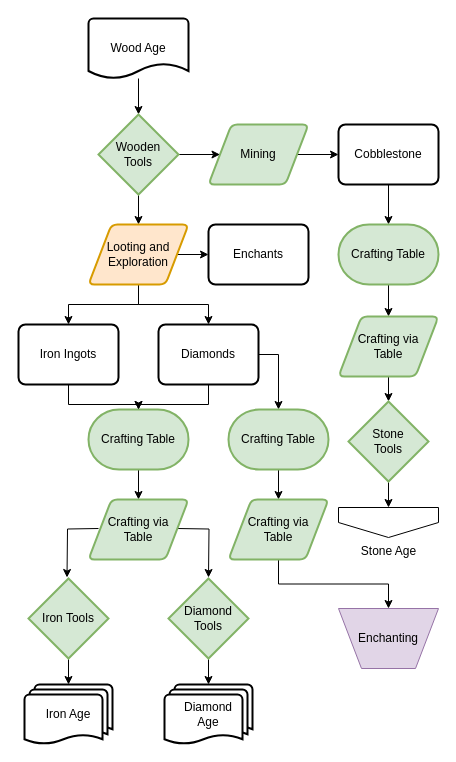
Above: page "Wood Age" (4 of 8) of flowcharts/progression.drawio in MeepishRealms/Cog (draw.io), before the change. Source tidied: cells renumbered, new cells numbered last; positions are measured from the earlier drawing's top-left corner, leaving out a move shared by most shapes. Both pictures are drawn from the tidied source at 100%, with x=0, y=0 at pixel (18, 18).
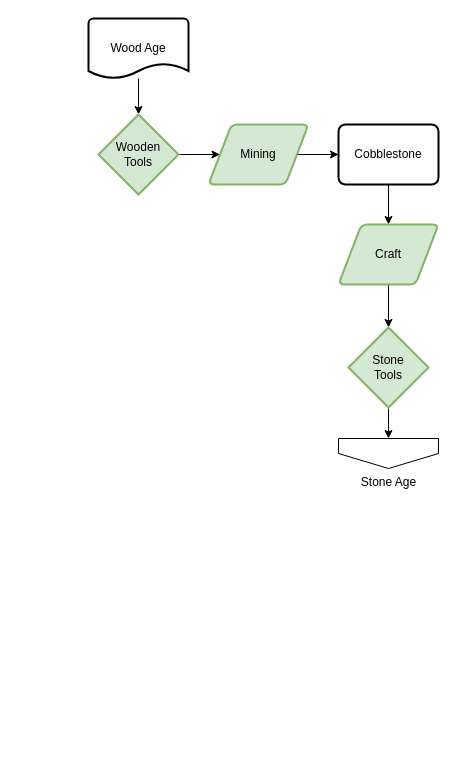
Above is the later version.

Unchanged cells that the change refers to:
```xml
<mxCell id="7" value="Cobblestone" style="rounded=1;whiteSpace=wrap;html=1;absoluteArcSize=1;arcSize=14;strokeWidth=2;" parent="1" vertex="1">
  <mxGeometry x="320" y="106" width="100" height="60" as="geometry" />
</mxCell>
<mxCell id="10" value="Wooden&lt;br&gt;Tools" style="strokeWidth=2;html=1;shape=mxgraph.flowchart.decision;whiteSpace=wrap;fillColor=#d5e8d4;strokeColor=#82b366;" parent="1" vertex="1">
  <mxGeometry x="80" y="96" width="80" height="80" as="geometry" />
</mxCell>
```

The edit, as a diff of the source:
```diff
@@
-    <mxCell id="6" style="edgeStyle=orthogonalEdgeStyle;rounded=0;jettySize=auto;html=1;" parent="1" edge="1" source="7" target="12">
-      <mxGeometry relative="1" as="geometry" />
-    </mxCell>
+    <mxCell id="44" style="edgeStyle=orthogonalEdgeStyle;rounded=0;jettySize=auto;html=1;exitX=0.5;exitY=1;exitDx=0;exitDy=0;" parent="1" edge="1" source="7" target="14">
+      <mxGeometry relative="1" as="geometry" />
+    </mxCell>
@@
-    <mxCell id="9" style="edgeStyle=orthogonalEdgeStyle;rounded=0;jettySize=auto;html=1;exitX=0.5;exitY=1;exitDx=0;exitDy=0;exitPerimeter=0;" parent="1" edge="1" source="10">
-      <mxGeometry relative="1" as="geometry">
-        <mxPoint x="120" y="206" as="targetPoint" />
-      </mxGeometry>
-    </mxCell>
@@
-    <mxCell id="11" style="edgeStyle=orthogonalEdgeStyle;rounded=0;jettySize=auto;html=1;" parent="1" edge="1" source="12" target="14">
-      <mxGeometry relative="1" as="geometry" />
-    </mxCell>
-    <mxCell id="12" value="Crafting Table" style="strokeWidth=2;html=1;shape=mxgraph.flowchart.terminator;whiteSpace=wrap;fillColor=#d5e8d4;strokeColor=#82b366;" parent="1" vertex="1">
-      <mxGeometry x="320" y="206" width="100" height="60" as="geometry" />
-    </mxCell>
@@
-    <mxCell id="14" value="Crafting via&lt;br&gt;Table" style="shape=parallelogram;html=1;strokeWidth=2;perimeter=parallelogramPerimeter;whiteSpace=wrap;rounded=1;arcSize=12;size=0.23;fillColor=#d5e8d4;strokeColor=#82b366;" parent="1" vertex="1">
-      <mxGeometry x="320" y="298" width="100" height="60" as="geometry" />
+    <mxCell id="14" value="Craft" style="shape=parallelogram;html=1;strokeWidth=2;perimeter=parallelogramPerimeter;whiteSpace=wrap;rounded=1;arcSize=12;size=0.23;fillColor=#d5e8d4;strokeColor=#82b366;" parent="1" vertex="1">
+      <mxGeometry x="320" y="206" width="100" height="60" as="geometry" />
     </mxCell>
@@
     <mxCell id="16" value="Stone&lt;br&gt;Tools" style="strokeWidth=2;html=1;shape=mxgraph.flowchart.decision;whiteSpace=wrap;fillColor=#d5e8d4;strokeColor=#82b366;" parent="1" vertex="1">
-      <mxGeometry x="330" y="383" width="80" height="80" as="geometry" />
+      <mxGeometry x="330" y="309" width="80" height="80" as="geometry" />
     </mxCell>
     <mxCell id="17" value="Stone Age" style="verticalLabelPosition=bottom;verticalAlign=top;html=1;shape=offPageConnector;rounded=0;size=0.5;" parent="1" vertex="1">
-      <mxGeometry x="320" y="489" width="100" height="30" as="geometry" />
+      <mxGeometry x="320" y="420" width="100" height="30" as="geometry" />
     </mxCell>
-    <mxCell id="18" style="edgeStyle=orthogonalEdgeStyle;rounded=0;jettySize=auto;html=1;exitX=0.5;exitY=1;exitDx=0;exitDy=0;entryX=0.5;entryY=0;entryDx=0;entryDy=0;" parent="1" edge="1" source="21" target="23">
-      <mxGeometry relative="1" as="geometry" />
-    </mxCell>
-    <mxCell id="19" style="edgeStyle=orthogonalEdgeStyle;rounded=0;jettySize=auto;html=1;exitX=0.5;exitY=1;exitDx=0;exitDy=0;entryX=0.5;entryY=0;entryDx=0;entryDy=0;" parent="1" edge="1" source="21" target="32">
-      <mxGeometry relative="1" as="geometry" />
-    </mxCell>
-    <mxCell id="20" style="edgeStyle=orthogonalEdgeStyle;rounded=0;jettySize=auto;html=1;exitX=1;exitY=0.5;exitDx=0;exitDy=0;entryX=0;entryY=0.5;entryDx=0;entryDy=0;" parent="1" edge="1" source="21" target="38">
-      <mxGeometry relative="1" as="geometry" />
-    </mxCell>
-    <mxCell id="21" value="Looting and&lt;br&gt;Exploration" style="shape=parallelogram;html=1;strokeWidth=2;perimeter=parallelogramPerimeter;whiteSpace=wrap;rounded=1;arcSize=12;size=0.23;fillColor=#ffe6cc;strokeColor=#d79b00;" parent="1" vertex="1">
-      <mxGeometry x="70" y="206" width="100" height="60" as="geometry" />
-    </mxCell>
-    <mxCell id="22" style="edgeStyle=orthogonalEdgeStyle;rounded=0;jettySize=auto;html=1;" parent="1" edge="1" source="23" target="25">
-      <mxGeometry relative="1" as="geometry" />
-    </mxCell>
-    <mxCell id="23" value="Iron Ingots" style="rounded=1;whiteSpace=wrap;html=1;absoluteArcSize=1;arcSize=14;strokeWidth=2;" parent="1" vertex="1">
-      <mxGeometry y="306" width="100" height="60" as="geometry" />
-    </mxCell>
-    <mxCell id="24" style="edgeStyle=orthogonalEdgeStyle;rounded=0;jettySize=auto;html=1;exitX=0.5;exitY=1;exitDx=0;exitDy=0;exitPerimeter=0;entryX=0.5;entryY=0;entryDx=0;entryDy=0;" parent="1" edge="1" source="25" target="28">
-      <mxGeometry relative="1" as="geometry" />
-    </mxCell>
-    <mxCell id="25" value="Crafting Table" style="strokeWidth=2;html=1;shape=mxgraph.flowchart.terminator;whiteSpace=wrap;fillColor=#d5e8d4;strokeColor=#82b366;" parent="1" vertex="1">
-      <mxGeometry x="70" y="391" width="100" height="60" as="geometry" />
-    </mxCell>
-    <mxCell id="26" style="edgeStyle=orthogonalEdgeStyle;rounded=0;orthogonalLoop=1;jettySize=auto;html=1;exitX=1;exitY=0.5;exitDx=0;exitDy=0;entryX=0.5;entryY=0;entryDx=0;entryDy=0;entryPerimeter=0;" parent="1" edge="1">
-      <mxGeometry relative="1" as="geometry">
-        <mxPoint x="158.5" y="510" as="sourcePoint" />
-        <mxPoint x="190" y="559" as="targetPoint" />
-      </mxGeometry>
-    </mxCell>
-    <mxCell id="27" style="edgeStyle=orthogonalEdgeStyle;rounded=0;orthogonalLoop=1;jettySize=auto;html=1;exitX=0;exitY=0.5;exitDx=0;exitDy=0;entryX=0.5;entryY=0;entryDx=0;entryDy=0;entryPerimeter=0;" parent="1" edge="1">
-      <mxGeometry relative="1" as="geometry">
-        <mxPoint x="80" y="510" as="sourcePoint" />
-        <mxPoint x="48.5" y="559" as="targetPoint" />
-      </mxGeometry>
-    </mxCell>
-    <mxCell id="28" value="Crafting via&lt;br&gt;Table" style="shape=parallelogram;html=1;strokeWidth=2;perimeter=parallelogramPerimeter;whiteSpace=wrap;rounded=1;arcSize=12;size=0.23;fillColor=#d5e8d4;strokeColor=#82b366;" parent="1" vertex="1">
-      <mxGeometry x="70" y="481" width="100" height="60" as="geometry" />
-    </mxCell>
-    <mxCell id="29" value="Iron Age" style="strokeWidth=2;html=1;shape=mxgraph.flowchart.multi-document;whiteSpace=wrap;" parent="1" vertex="1">
-      <mxGeometry x="6" y="666" width="88" height="60" as="geometry" />
-    </mxCell>
-    <mxCell id="30" style="edgeStyle=orthogonalEdgeStyle;rounded=0;jettySize=auto;html=1;exitX=0.5;exitY=1;exitDx=0;exitDy=0;entryX=0.5;entryY=0;entryDx=0;entryDy=0;entryPerimeter=0;" parent="1" edge="1" source="32" target="25">
-      <mxGeometry relative="1" as="geometry" />
-    </mxCell>
-    <mxCell id="31" style="edgeStyle=orthogonalEdgeStyle;rounded=0;jettySize=auto;html=1;exitX=1;exitY=0.5;exitDx=0;exitDy=0;entryX=0.5;entryY=0;entryDx=0;entryDy=0;entryPerimeter=0;" parent="1" edge="1" source="32" target="41">
-      <mxGeometry relative="1" as="geometry" />
-    </mxCell>
-    <mxCell id="32" value="Diamonds" style="rounded=1;whiteSpace=wrap;html=1;absoluteArcSize=1;arcSize=14;strokeWidth=2;" parent="1" vertex="1">
-      <mxGeometry x="140" y="306" width="100" height="60" as="geometry" />
-    </mxCell>
-    <mxCell id="33" value="Diamond&lt;br&gt;Age" style="strokeWidth=2;html=1;shape=mxgraph.flowchart.multi-document;whiteSpace=wrap;" parent="1" vertex="1">
-      <mxGeometry x="146" y="666" width="88" height="60" as="geometry" />
-    </mxCell>
-    <mxCell id="34" style="edgeStyle=orthogonalEdgeStyle;rounded=0;jettySize=auto;html=1;" parent="1" edge="1" source="35" target="29">
-      <mxGeometry relative="1" as="geometry" />
-    </mxCell>
-    <mxCell id="35" value="Iron Tools" style="strokeWidth=2;html=1;shape=mxgraph.flowchart.decision;whiteSpace=wrap;fillColor=#d5e8d4;strokeColor=#82b366;" parent="1" vertex="1">
-      <mxGeometry x="10" y="560" width="80" height="80" as="geometry" />
-    </mxCell>
-    <mxCell id="36" style="edgeStyle=orthogonalEdgeStyle;rounded=0;jettySize=auto;html=1;" parent="1" edge="1" source="37" target="33">
-      <mxGeometry relative="1" as="geometry" />
-    </mxCell>
-    <mxCell id="37" value="Diamond&lt;br&gt;Tools" style="strokeWidth=2;html=1;shape=mxgraph.flowchart.decision;whiteSpace=wrap;fillColor=#d5e8d4;strokeColor=#82b366;" parent="1" vertex="1">
-      <mxGeometry x="150" y="560" width="80" height="80" as="geometry" />
-    </mxCell>
-    <mxCell id="38" value="Enchants" style="rounded=1;whiteSpace=wrap;html=1;absoluteArcSize=1;arcSize=14;strokeWidth=2;" parent="1" vertex="1">
-      <mxGeometry x="190" y="206" width="100" height="60" as="geometry" />
-    </mxCell>
-    <mxCell id="39" value="Enchanting" style="verticalLabelPosition=middle;verticalAlign=middle;html=1;shape=trapezoid;perimeter=trapezoidPerimeter;whiteSpace=wrap;size=0.23;arcSize=10;flipV=1;labelPosition=center;align=center;fillColor=#e1d5e7;strokeColor=#9673a6;" parent="1" vertex="1">
-      <mxGeometry x="320" y="590" width="100" height="60" as="geometry" />
-    </mxCell>
-    <mxCell id="40" style="edgeStyle=orthogonalEdgeStyle;rounded=0;jettySize=auto;html=1;" parent="1" edge="1" source="41" target="43">
-      <mxGeometry relative="1" as="geometry" />
-    </mxCell>
-    <mxCell id="41" value="Crafting Table" style="strokeWidth=2;html=1;shape=mxgraph.flowchart.terminator;whiteSpace=wrap;fillColor=#d5e8d4;strokeColor=#82b366;" parent="1" vertex="1">
-      <mxGeometry x="210" y="391" width="100" height="60" as="geometry" />
-    </mxCell>
-    <mxCell id="42" style="edgeStyle=orthogonalEdgeStyle;rounded=0;jettySize=auto;html=1;exitX=0.5;exitY=1;exitDx=0;exitDy=0;entryX=0.5;entryY=0;entryDx=0;entryDy=0;" parent="1" edge="1" source="43" target="39">
-      <mxGeometry relative="1" as="geometry" />
-    </mxCell>
-    <mxCell id="43" value="Crafting via&lt;br&gt;Table" style="shape=parallelogram;html=1;strokeWidth=2;perimeter=parallelogramPerimeter;whiteSpace=wrap;rounded=1;arcSize=12;size=0.23;fillColor=#d5e8d4;strokeColor=#82b366;" parent="1" vertex="1">
-      <mxGeometry x="210" y="481" width="100" height="60" as="geometry" />
-    </mxCell>
```
